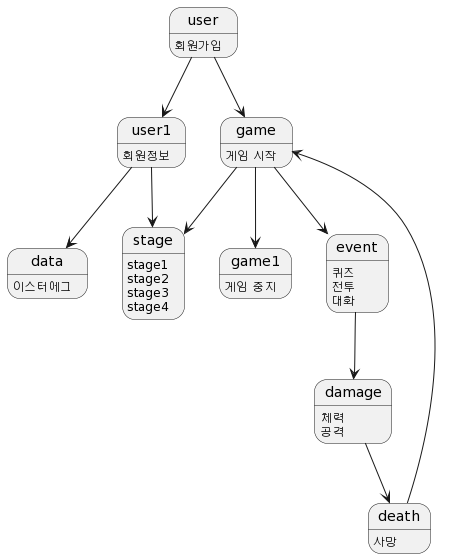
The PlantUML diagram UML/state.png in leehj24/software_prj, before a commit. Its source is kept beside it as UML/state.pu.
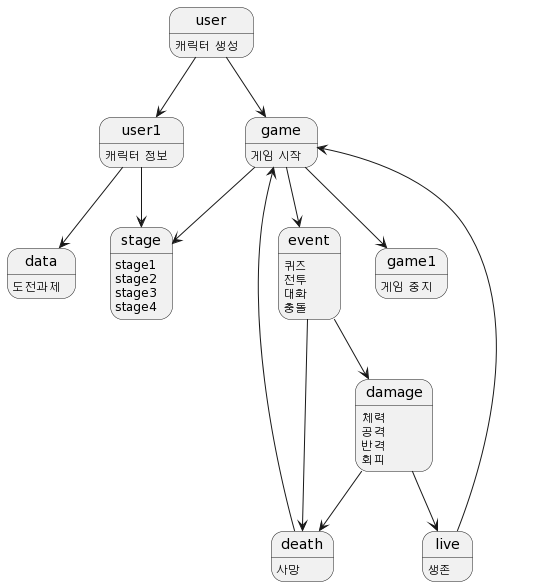
The same diagram one commit later.

Diff of the diagram source:
```diff
@@ -1,9 +1,9 @@
 @startuml
-state user : 회원가입
-state user1: 회원정보
+state user : 캐릭터 생성
+state user1: 캐릭터 정보
 game : 게임 시작
 game1 : 게임 중지
-data : 이스터에그
+data : 도전과제
 
 user --> user1
 user --> game
@@ -14,7 +14,10 @@
 game --> event
 event --> damage
 damage --> death
+damage --> live
 death --> game
+event -->death
+live --> game
 
 state stage : stage1
 state stage : stage2
@@ -24,10 +27,14 @@
 state event: 퀴즈
 state event: 전투
 state event: 대화
+state event: 충돌
 
 state damage : 체력
 state damage : 공격
+state damage : 반격
+state damage : 회피
 
 state death : 사망
+state live : 생존
 
 @enduml
```
